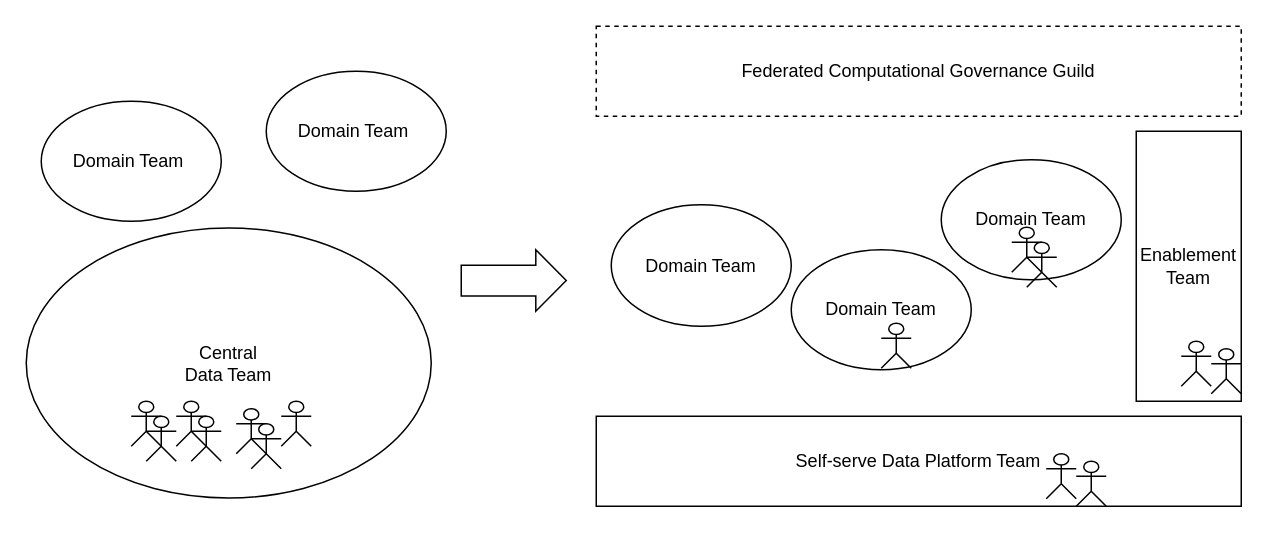
Before: diagrams/datateamjourney.drawio in datamesh-architecture/datamesh-architecture.com, a draw.io diagram. Source tidied: cells renumbered, new cells numbered last; positions are measured from the earlier drawing's top-left corner, leaving out a move shared by most shapes. Both pictures are drawn from the tidied source at 150%, with x=0, y=0 at pixel (26, 26).
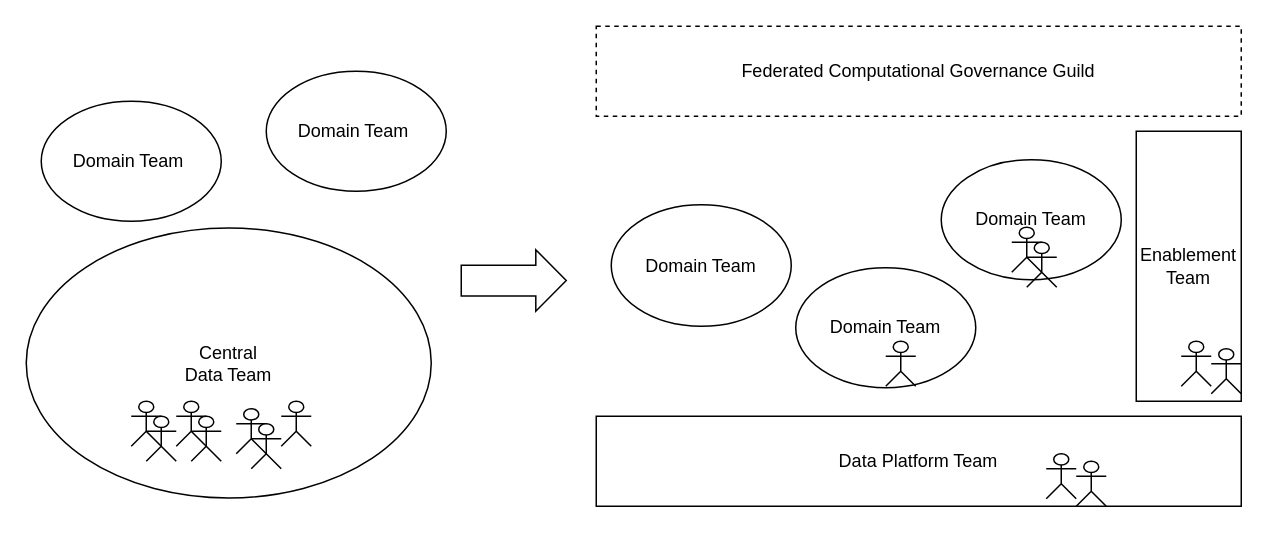
After the change.

The change refers to these unchanged cells:
```xml
<mxCell id="19" style="group;" parent="1" vertex="1">
  <mxGeometry x="570" y="209" width="40" height="35" as="geometry" />
</mxCell>
```

Change to the diagram source:
```diff
@@
     <mxCell id="4" value="Domain Team" style="ellipse;whiteSpace=wrap;html=1;" parent="1" vertex="1">
-      <mxGeometry x="510" y="149" width="120" height="80" as="geometry" />
+      <mxGeometry x="513" y="161" width="120" height="80" as="geometry" />
     </mxCell>
@@
-    <mxCell id="7" value="Self-serve Data Platform Team" style="rounded=0;whiteSpace=wrap;html=1;" parent="1" vertex="1">
+    <mxCell id="7" value="Data Platform Team" style="rounded=0;whiteSpace=wrap;html=1;" parent="1" vertex="1">
       <mxGeometry x="380" y="260" width="430" height="60" as="geometry" />
     </mxCell>
@@
     <mxCell id="20" style="shape=umlActor;verticalLabelPosition=bottom;verticalAlign=top;html=1;" parent="19" vertex="1">
-      <mxGeometry y="-11" width="20" height="30" as="geometry" />
+      <mxGeometry x="3" y="1" width="20" height="30" as="geometry" />
     </mxCell>
```
